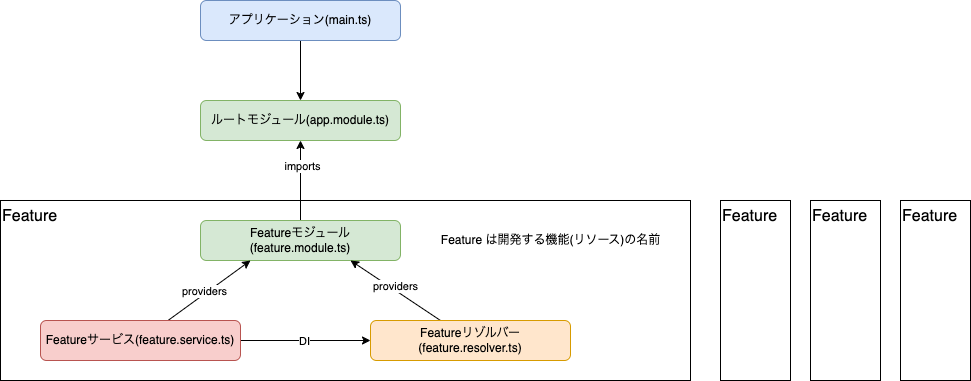
Earlier version of the draw.io export api/nestjs-architecture.drawio.png (takiguchi-yu/udemy-nestjs-react-graphql). Source tidied: cells renumbered, new cells last; positions are measured from the earlier drawing's top-left corner, leaving out a move shared by most shapes.
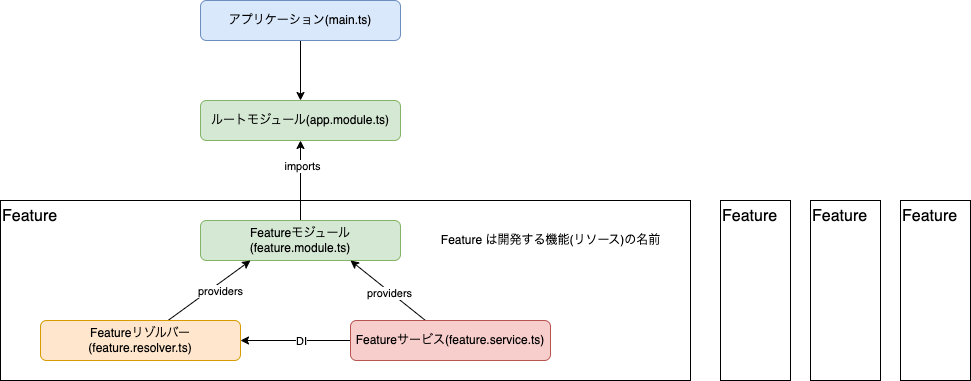
After the change.

Change to the diagram source:
```diff
@@ -26,7 +26,7 @@
     <mxCell id="9" value="Feature は開発する機能(リソース)の名前" style="text;html=1;align=center;verticalAlign=middle;strokeColor=none;fillColor=none;" parent="1" vertex="1">
       <mxGeometry x="430" y="225" width="240" height="30" as="geometry" />
     </mxCell>
-    <mxCell id="10" value="providers" style="edgeStyle=none;html=1;entryX=0.25;entryY=1;entryDx=0;entryDy=0;" parent="1" edge="1" source="13" target="8">
+    <mxCell id="10" value="providers" style="edgeStyle=none;html=1;entryX=0.75;entryY=1;entryDx=0;entryDy=0;" parent="1" edge="1" source="13" target="8">
       <mxGeometry x="-0.07" y="2" relative="1" as="geometry" />
     </mxCell>
     <mxCell id="11" style="edgeStyle=none;html=1;" parent="1" edge="1" source="13" target="16">
@@ -34,22 +34,22 @@
     </mxCell>
     <mxCell id="12" value="DI" style="edgeLabel;html=1;align=center;verticalAlign=middle;" parent="11" vertex="1">
       <mxGeometry x="-0.33" y="-2" relative="1" as="geometry">
-        <mxPoint x="20" y="-2" as="offset" />
+        <mxPoint x="-13" y="2" as="offset" />
       </mxGeometry>
     </mxCell>
     <mxCell id="13" value="Featureサービス(feature.service.ts)" style="rounded=1;whiteSpace=wrap;html=1;fillColor=#f8cecc;strokeColor=#b85450;" parent="1" vertex="1">
-      <mxGeometry x="40" y="320" width="200" height="40" as="geometry" />
+      <mxGeometry x="350" y="320" width="200" height="40" as="geometry" />
     </mxCell>
-    <mxCell id="14" style="edgeStyle=none;html=1;entryX=0.75;entryY=1;entryDx=0;entryDy=0;" parent="1" edge="1" source="16" target="8">
+    <mxCell id="14" style="edgeStyle=none;html=1;entryX=0.25;entryY=1;entryDx=0;entryDy=0;" parent="1" edge="1" source="16" target="8">
       <mxGeometry relative="1" as="geometry" />
     </mxCell>
     <mxCell id="15" value="providers" style="edgeLabel;html=1;align=center;verticalAlign=middle;" parent="14" vertex="1">
       <mxGeometry x="0.42" y="3" relative="1" as="geometry">
-        <mxPoint x="20" y="6" as="offset" />
+        <mxPoint x="-4" y="15" as="offset" />
       </mxGeometry>
     </mxCell>
     <mxCell id="16" value="Featureリゾルバー(feature.resolver.ts)" style="rounded=1;whiteSpace=wrap;html=1;fillColor=#ffe6cc;strokeColor=#d79b00;" parent="1" vertex="1">
-      <mxGeometry x="370" y="320" width="200" height="40" as="geometry" />
+      <mxGeometry x="40" y="320" width="200" height="40" as="geometry" />
     </mxCell>
     <mxCell id="17" value="Feature" style="rounded=0;whiteSpace=wrap;html=1;fillColor=none;align=left;verticalAlign=top;fontSize=16;" parent="1" vertex="1">
       <mxGeometry x="720" y="200" width="70" height="180" as="geometry" />
```
